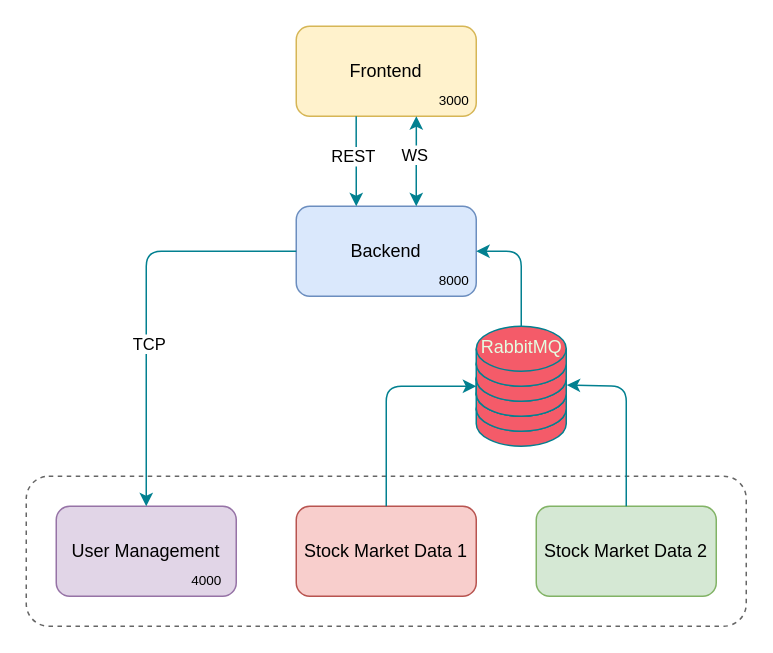
Before: docs/diagram.drawio in phmz/techclub-microservices, a draw.io diagram. Source tidied: cells renumbered, new cells numbered last; positions are measured from the earlier drawing's top-left corner, leaving out a move shared by most shapes. Both pictures are drawn from the tidied source at 150%, with x=0, y=0 at pixel (26, 26).
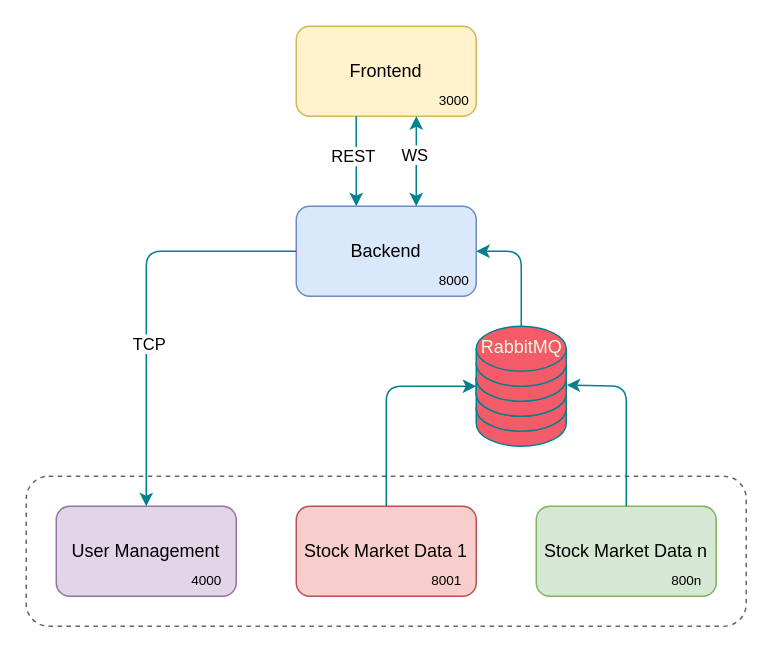
Above is the later version.

Commit message (it also covers changes not shown here):
fix(stock): change stock market data ms port

Change to the diagram source:
```diff
@@
-    <mxCell id="6" value="Stock Market Data 2" style="rounded=1;whiteSpace=wrap;html=1;fillColor=#d5e8d4;strokeColor=#82b366;" parent="1" vertex="1">
+    <mxCell id="6" value="Stock Market Data n" style="rounded=1;whiteSpace=wrap;html=1;fillColor=#d5e8d4;strokeColor=#82b366;" parent="1" vertex="1">
       <mxGeometry x="340" y="320" width="120" height="60" as="geometry" />
     </mxCell>
@@
+    <mxCell id="27" value="8001" style="text;html=1;align=center;verticalAlign=middle;strokeColor=none;fillColor=none;fontSize=9;" parent="1" vertex="1">
+      <mxGeometry x="260" y="360" width="40" height="20" as="geometry" />
+    </mxCell>
+    <mxCell id="28" value="800n" style="text;html=1;align=center;verticalAlign=middle;strokeColor=none;fillColor=none;fontSize=9;" parent="1" vertex="1">
+      <mxGeometry x="420" y="360" width="40" height="20" as="geometry" />
+    </mxCell>
```
